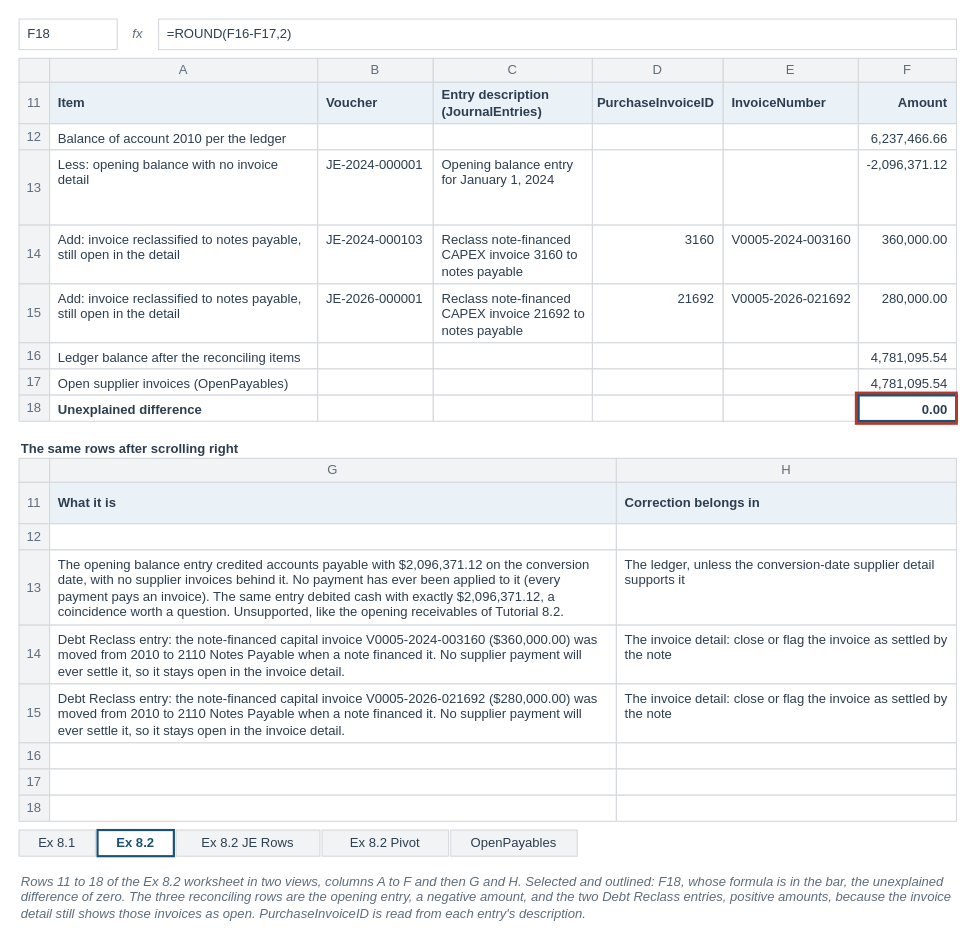
The draw.io diagram facts/instructor/figures/chapter-08-audit-analytics/IF-08-2-A.drawio in mmcodesso/Accounting_Analytics_Book, before the edit. Source tidied: cells renumbered, new cells numbered last; positions are measured from the earlier drawing's top-left corner, leaving out a move shared by most shapes. Both pictures are drawn from the tidied source at 109%, with x=0, y=0 at pixel (19, 19).
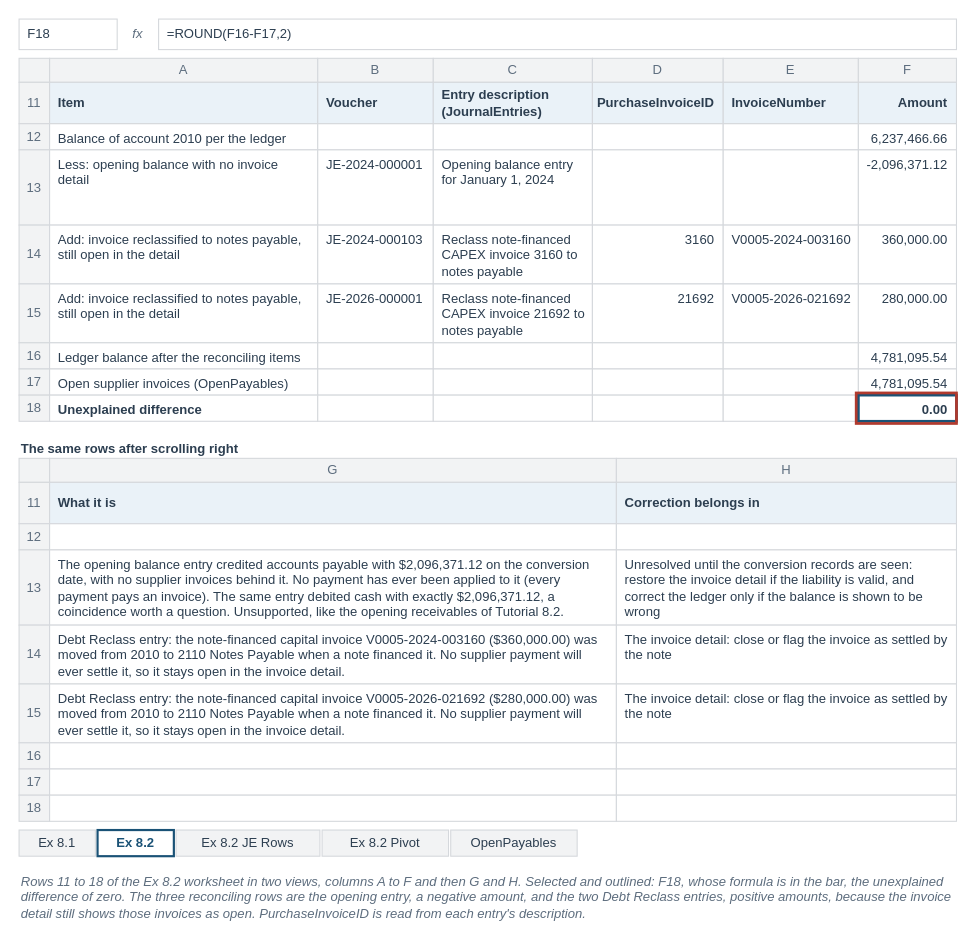
After the change.

Diff of the diagram source:
```diff
@@
-    <mxCell id="81" value="The ledger, unless the conversion-date supplier detail supports it" style="rounded=0;arcSize=6;whiteSpace=wrap;html=1;fillColor=#FFFFFF;strokeColor=#D5D8DC;strokeWidth=1;fontColor=#2C3E50;fontSize=12;fontStyle=0;align=left;verticalAlign=top;fontFamily=Helvetica;spacingLeft=6;spacingRight=6;" parent="1" vertex="1">
+    <mxCell id="81" value="Unresolved until the conversion records are seen: restore the invoice detail if the liability is valid, and correct the ledger only if the balance is shown to be wrong" style="rounded=0;arcSize=6;whiteSpace=wrap;html=1;fillColor=#FFFFFF;strokeColor=#D5D8DC;strokeWidth=1;fontColor=#2C3E50;fontSize=12;fontStyle=0;align=left;verticalAlign=top;fontFamily=Helvetica;spacingLeft=6;spacingRight=6;" parent="1" vertex="1">
       <mxGeometry x="548" y="487" width="312" height="69" as="geometry" />
     </mxCell>
```
